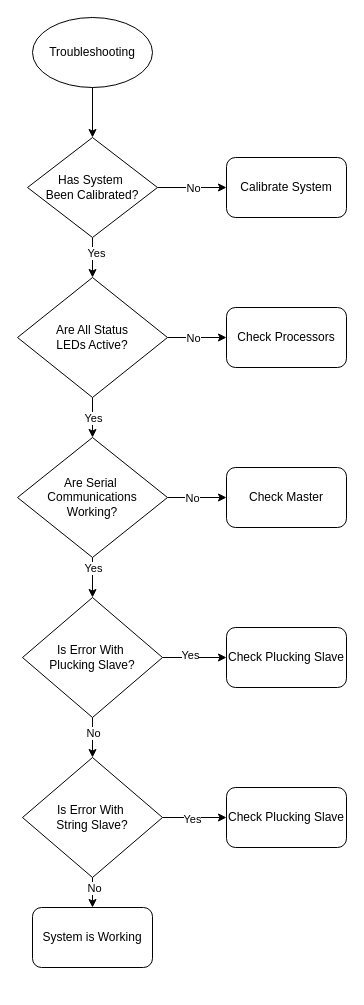
This is Flowcharts/High Level Troubleshooting Flowchart.drawio from Masaharu41/Midi-Bass-Guitar, a draw.io file, before an edit. Source tidied: cells renumbered, new cells numbered last; positions are measured from the earlier drawing's top-left corner, leaving out a move shared by most shapes. Both pictures are drawn from the tidied source at 100%, with x=0, y=0 at pixel (17, 17).
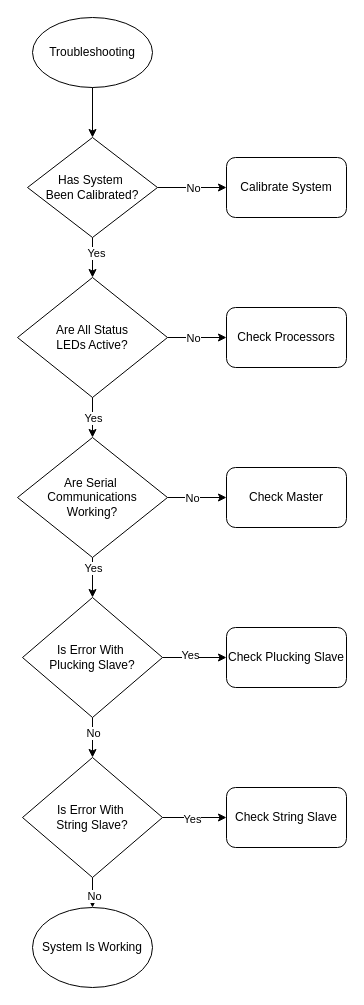
After the change.

Unchanged cells that the change refers to:
```xml
<mxCell id="25" value="Is Error With&amp;nbsp;&lt;div&gt;String Slave?&lt;/div&gt;" style="rhombus;whiteSpace=wrap;html=1;" parent="1" vertex="1">
  <mxGeometry x="5" y="740" width="140" height="120" as="geometry" />
</mxCell>
```

Diff of the diagram source:
```diff
@@
-    <mxCell id="23" style="edgeStyle=orthogonalEdgeStyle;rounded=0;jettySize=auto;html=1;" parent="1" edge="1" source="25" target="34">
-      <mxGeometry relative="1" as="geometry" />
+    <mxCell id="23" style="edgeStyle=orthogonalEdgeStyle;rounded=0;jettySize=auto;html=1;" parent="1" edge="1" source="25">
+      <mxGeometry relative="1" as="geometry">
+        <mxPoint x="75" y="890" as="targetPoint" />
+      </mxGeometry>
     </mxCell>
@@
-    <mxCell id="28" value="Check Plucking Slave" style="rounded=1;whiteSpace=wrap;html=1;" parent="1" vertex="1">
+    <mxCell id="28" value="Check String Slave" style="rounded=1;whiteSpace=wrap;html=1;" parent="1" vertex="1">
       <mxGeometry x="209" y="770" width="120" height="60" as="geometry" />
     </mxCell>
@@
-    <mxCell id="34" value="System is Working" style="rounded=1;whiteSpace=wrap;html=1;" parent="1" vertex="1">
-      <mxGeometry x="15" y="890" width="120" height="60" as="geometry" />
-    </mxCell>
+    <mxCell id="35" value="System Is Working" style="ellipse;whiteSpace=wrap;html=1;" parent="1" vertex="1">
+      <mxGeometry x="15" y="890" width="120" height="80" as="geometry" />
+    </mxCell>
```
